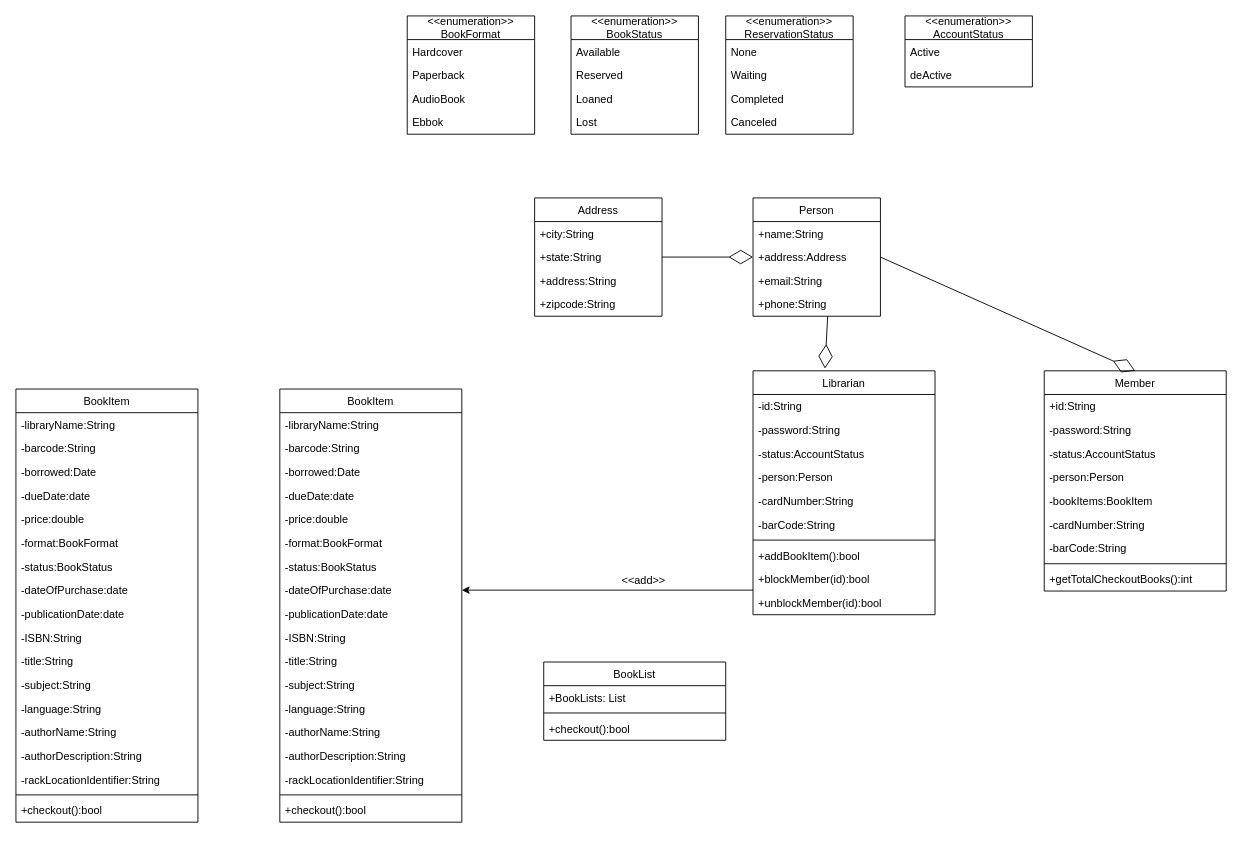
Above: page "Page-1" (1 of 3) of Library.drawio in gogogo191/becomeadeveloper (draw.io), before the change. Source tidied: cells renumbered, new cells numbered last; positions are measured from the earlier drawing's top-left corner, leaving out a move shared by most shapes. Both pictures are drawn from the tidied source at 91%, with x=0, y=0 at pixel (15, 15).
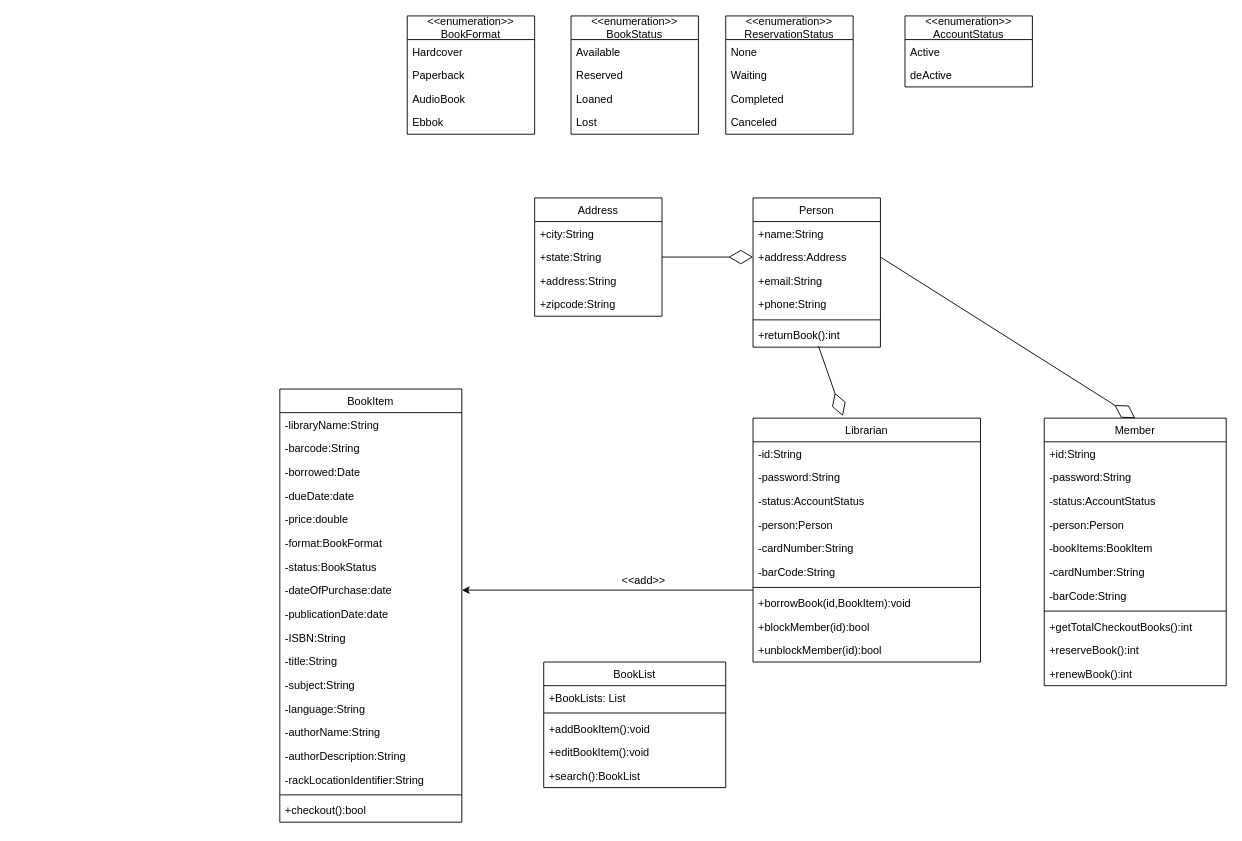
Above is the later version.

The change refers to these unchanged cells:
```xml
<mxCell id="29" value="+phone:String" style="text;strokeColor=none;fillColor=none;align=left;verticalAlign=top;spacingLeft=4;spacingRight=4;overflow=hidden;points=[[0,0.5],[1,0.5]];portConstraint=eastwest;" parent="25" vertex="1">
  <mxGeometry y="104" width="140" height="26" as="geometry" />
</mxCell>
```

Diff of the diagram source:
```diff
@@
     <mxCell id="25" value="Person" style="swimlane;fontStyle=0;horizontal=1;startSize=26;fillColor=none;" parent="1" vertex="1">
-      <mxGeometry x="810" y="200" width="140" height="130" as="geometry" />
+      <mxGeometry x="810" y="200" width="140" height="164" as="geometry" />
     </mxCell>
@@
+    <mxCell id="98" style="line;strokeWidth=1;fillColor=none;align=left;verticalAlign=middle;spacingTop=-1;spacingLeft=3;spacingRight=3;labelPosition=right;" parent="25" vertex="1">
+      <mxGeometry y="130" width="140" height="8" as="geometry" />
+    </mxCell>
+    <mxCell id="99" value="+returnBook():int" style="text;strokeColor=none;fillColor=none;align=left;verticalAlign=top;spacingLeft=4;spacingRight=4;overflow=hidden;points=[[0,0.5],[1,0.5]];portConstraint=eastwest;" parent="25" vertex="1">
+      <mxGeometry y="138" width="140" height="26" as="geometry" />
+    </mxCell>
@@
     <mxCell id="32" value="Librarian" style="swimlane;fontStyle=0;horizontal=1;startSize=26;fillColor=none;" parent="1" vertex="1">
-      <mxGeometry x="810" y="390" width="200" height="268" as="geometry" />
+      <mxGeometry x="810" y="442" width="250" height="268" as="geometry" />
     </mxCell>
     <mxCell id="33" value="-id:String" style="text;strokeColor=none;fillColor=none;align=left;verticalAlign=top;spacingLeft=4;spacingRight=4;overflow=hidden;" parent="32" vertex="1">
-      <mxGeometry y="26" width="200" height="26" as="geometry" />
+      <mxGeometry y="26" width="250" height="26" as="geometry" />
     </mxCell>
     <mxCell id="34" value="-password:String" style="text;strokeColor=none;fillColor=none;align=left;verticalAlign=top;spacingLeft=4;spacingRight=4;overflow=hidden;" parent="32" vertex="1">
-      <mxGeometry y="52" width="200" height="26" as="geometry" />
+      <mxGeometry y="52" width="250" height="26" as="geometry" />
     </mxCell>
     <mxCell id="35" value="-status:AccountStatus" style="text;strokeColor=none;fillColor=none;align=left;verticalAlign=top;spacingLeft=4;spacingRight=4;overflow=hidden;" parent="32" vertex="1">
-      <mxGeometry y="78" width="200" height="26" as="geometry" />
+      <mxGeometry y="78" width="250" height="26" as="geometry" />
     </mxCell>
     <mxCell id="36" value="-person:Person" style="text;strokeColor=none;fillColor=none;align=left;verticalAlign=top;spacingLeft=4;spacingRight=4;overflow=hidden;" parent="32" vertex="1">
-      <mxGeometry y="104" width="200" height="26" as="geometry" />
+      <mxGeometry y="104" width="250" height="26" as="geometry" />
     </mxCell>
     <mxCell id="37" value="-cardNumber:String" style="text;strokeColor=none;fillColor=none;align=left;verticalAlign=top;spacingLeft=4;spacingRight=4;overflow=hidden;" parent="32" vertex="1">
-      <mxGeometry y="130" width="200" height="26" as="geometry" />
+      <mxGeometry y="130" width="250" height="26" as="geometry" />
     </mxCell>
     <mxCell id="38" value="-barCode:String" style="text;strokeColor=none;fillColor=none;align=left;verticalAlign=top;spacingLeft=4;spacingRight=4;overflow=hidden;" parent="32" vertex="1">
-      <mxGeometry y="156" width="200" height="26" as="geometry" />
+      <mxGeometry y="156" width="250" height="26" as="geometry" />
     </mxCell>
     <mxCell id="39" style="line;strokeWidth=1;fillColor=none;align=left;verticalAlign=middle;spacingTop=-1;spacingLeft=3;spacingRight=3;labelPosition=right;" parent="32" vertex="1">
-      <mxGeometry y="182" width="200" height="8" as="geometry" />
+      <mxGeometry y="182" width="250" height="8" as="geometry" />
     </mxCell>
-    <mxCell id="40" value="+addBookItem():bool" style="text;strokeColor=none;fillColor=none;align=left;verticalAlign=top;spacingLeft=4;spacingRight=4;overflow=hidden;" parent="32" vertex="1">
-      <mxGeometry y="190" width="200" height="26" as="geometry" />
+    <mxCell id="40" value="+borrowBook(id,BookItem):void" style="text;strokeColor=none;fillColor=none;align=left;verticalAlign=top;spacingLeft=4;spacingRight=4;overflow=hidden;" parent="32" vertex="1">
+      <mxGeometry y="190" width="250" height="26" as="geometry" />
     </mxCell>
     <mxCell id="41" value="+blockMember(id):bool" style="text;strokeColor=none;fillColor=none;align=left;verticalAlign=top;spacingLeft=4;spacingRight=4;overflow=hidden;" parent="32" vertex="1">
-      <mxGeometry y="216" width="200" height="26" as="geometry" />
+      <mxGeometry y="216" width="250" height="26" as="geometry" />
     </mxCell>
     <mxCell id="42" value="+unblockMember(id):bool" style="text;strokeColor=none;fillColor=none;align=left;verticalAlign=top;spacingLeft=4;spacingRight=4;overflow=hidden;" parent="32" vertex="1">
-      <mxGeometry y="242" width="200" height="26" as="geometry" />
+      <mxGeometry y="242" width="250" height="26" as="geometry" />
     </mxCell>
     <mxCell id="43" value="Member" style="swimlane;fontStyle=0;horizontal=1;startSize=26;fillColor=none;" parent="1" vertex="1">
-      <mxGeometry x="1130" y="390" width="200" height="242" as="geometry" />
+      <mxGeometry x="1130" y="442" width="200" height="294" as="geometry" />
     </mxCell>
@@
+    <mxCell id="100" value="+reserveBook():int" style="text;strokeColor=none;fillColor=none;align=left;verticalAlign=top;spacingLeft=4;spacingRight=4;overflow=hidden;" parent="43" vertex="1">
+      <mxGeometry y="242" width="200" height="26" as="geometry" />
+    </mxCell>
+    <mxCell id="101" value="+renewBook():int" style="text;strokeColor=none;fillColor=none;align=left;verticalAlign=top;spacingLeft=4;spacingRight=4;overflow=hidden;" parent="43" vertex="1">
+      <mxGeometry y="268" width="200" height="26" as="geometry" />
+    </mxCell>
-    <mxCell id="53" style="endArrow=diamondThin;endFill=0;endSize=24;html=1;rounded=0;exitX=0.586;exitY=1;exitDx=0;exitDy=0;entryX=0.395;entryY=-0.009;entryDx=0;entryDy=0;entryPerimeter=0;exitPerimeter=0;" parent="1" edge="1" source="29" target="32">
+    <mxCell id="53" style="endArrow=diamondThin;endFill=0;endSize=24;html=1;rounded=0;exitX=0.514;exitY=0.962;exitDx=0;exitDy=0;entryX=0.395;entryY=-0.009;entryDx=0;entryDy=0;entryPerimeter=0;exitPerimeter=0;" parent="1" edge="1" source="99" target="32">
       <mxGeometry relative="1" as="geometry" />
     </mxCell>
@@
     <mxCell id="75" value="BookList" style="swimlane;fontStyle=0;horizontal=1;startSize=26;fillColor=none;" parent="1" vertex="1">
-      <mxGeometry x="580" y="710" width="200" height="86" as="geometry" />
+      <mxGeometry x="580" y="710" width="200" height="138" as="geometry" />
     </mxCell>
@@
-    <mxCell id="78" value="+checkout():bool" style="text;strokeColor=none;fillColor=none;align=left;verticalAlign=top;spacingLeft=4;spacingRight=4;overflow=hidden;" parent="75" vertex="1">
+    <mxCell id="78" value="+addBookItem():void" style="text;strokeColor=none;fillColor=none;align=left;verticalAlign=top;spacingLeft=4;spacingRight=4;overflow=hidden;" parent="75" vertex="1">
       <mxGeometry y="60" width="200" height="26" as="geometry" />
     </mxCell>
-    <mxCell id="79" value="BookItem" style="swimlane;fontStyle=0;horizontal=1;startSize=26;fillColor=none;" parent="1" vertex="1">
-      <mxGeometry y="410" width="200" height="476" as="geometry" />
-    </mxCell>
-    <mxCell id="80" value="-libraryName:String" style="text;strokeColor=none;fillColor=none;align=left;verticalAlign=top;spacingLeft=4;spacingRight=4;overflow=hidden;" parent="79" vertex="1">
-      <mxGeometry y="26" width="200" height="26" as="geometry" />
-    </mxCell>
-    <mxCell id="81" value="-barcode:String" style="text;strokeColor=none;fillColor=none;align=left;verticalAlign=top;spacingLeft=4;spacingRight=4;overflow=hidden;" parent="79" vertex="1">
-      <mxGeometry y="52" width="200" height="26" as="geometry" />
-    </mxCell>
-    <mxCell id="82" value="-borrowed:Date" style="text;strokeColor=none;fillColor=none;align=left;verticalAlign=top;spacingLeft=4;spacingRight=4;overflow=hidden;" parent="79" vertex="1">
-      <mxGeometry y="78" width="200" height="26" as="geometry" />
-    </mxCell>
-    <mxCell id="83" value="-dueDate:date" style="text;strokeColor=none;fillColor=none;align=left;verticalAlign=top;spacingLeft=4;spacingRight=4;overflow=hidden;" parent="79" vertex="1">
-      <mxGeometry y="104" width="200" height="26" as="geometry" />
-    </mxCell>
-    <mxCell id="84" value="-price:double" style="text;strokeColor=none;fillColor=none;align=left;verticalAlign=top;spacingLeft=4;spacingRight=4;overflow=hidden;" parent="79" vertex="1">
-      <mxGeometry y="130" width="200" height="26" as="geometry" />
-    </mxCell>
-    <mxCell id="85" value="-format:BookFormat" style="text;strokeColor=none;fillColor=none;align=left;verticalAlign=top;spacingLeft=4;spacingRight=4;overflow=hidden;" parent="79" vertex="1">
-      <mxGeometry y="156" width="200" height="26" as="geometry" />
-    </mxCell>
-    <mxCell id="86" value="-status:BookStatus" style="text;strokeColor=none;fillColor=none;align=left;verticalAlign=top;spacingLeft=4;spacingRight=4;overflow=hidden;" parent="79" vertex="1">
-      <mxGeometry y="182" width="200" height="26" as="geometry" />
-    </mxCell>
-    <mxCell id="87" value="-dateOfPurchase:date" style="text;strokeColor=none;fillColor=none;align=left;verticalAlign=top;spacingLeft=4;spacingRight=4;overflow=hidden;" parent="79" vertex="1">
-      <mxGeometry y="208" width="200" height="26" as="geometry" />
-    </mxCell>
-    <mxCell id="88" value="-publicationDate:date" style="text;strokeColor=none;fillColor=none;align=left;verticalAlign=top;spacingLeft=4;spacingRight=4;overflow=hidden;" parent="79" vertex="1">
-      <mxGeometry y="234" width="200" height="26" as="geometry" />
-    </mxCell>
-    <mxCell id="89" value="-ISBN:String" style="text;strokeColor=none;fillColor=none;align=left;verticalAlign=top;spacingLeft=4;spacingRight=4;overflow=hidden;" parent="79" vertex="1">
-      <mxGeometry y="260" width="200" height="26" as="geometry" />
-    </mxCell>
-    <mxCell id="90" value="-title:String" style="text;strokeColor=none;fillColor=none;align=left;verticalAlign=top;spacingLeft=4;spacingRight=4;overflow=hidden;" parent="79" vertex="1">
-      <mxGeometry y="286" width="200" height="26" as="geometry" />
-    </mxCell>
-    <mxCell id="91" value="-subject:String" style="text;strokeColor=none;fillColor=none;align=left;verticalAlign=top;spacingLeft=4;spacingRight=4;overflow=hidden;" parent="79" vertex="1">
-      <mxGeometry y="312" width="200" height="26" as="geometry" />
-    </mxCell>
-    <mxCell id="92" value="-language:String" style="text;strokeColor=none;fillColor=none;align=left;verticalAlign=top;spacingLeft=4;spacingRight=4;overflow=hidden;" parent="79" vertex="1">
-      <mxGeometry y="338" width="200" height="26" as="geometry" />
-    </mxCell>
-    <mxCell id="93" value="-authorName:String" style="text;strokeColor=none;fillColor=none;align=left;verticalAlign=top;spacingLeft=4;spacingRight=4;overflow=hidden;" parent="79" vertex="1">
-      <mxGeometry y="364" width="200" height="26" as="geometry" />
-    </mxCell>
-    <mxCell id="94" value="-authorDescription:String" style="text;strokeColor=none;fillColor=none;align=left;verticalAlign=top;spacingLeft=4;spacingRight=4;overflow=hidden;" parent="79" vertex="1">
-      <mxGeometry y="390" width="200" height="26" as="geometry" />
-    </mxCell>
-    <mxCell id="95" value="-rackLocationIdentifier:String" style="text;strokeColor=none;fillColor=none;align=left;verticalAlign=top;spacingLeft=4;spacingRight=4;overflow=hidden;" parent="79" vertex="1">
-      <mxGeometry y="416" width="200" height="26" as="geometry" />
-    </mxCell>
-    <mxCell id="96" style="line;strokeWidth=1;fillColor=none;align=left;verticalAlign=middle;spacingTop=-1;spacingLeft=3;spacingRight=3;labelPosition=right;" parent="79" vertex="1">
-      <mxGeometry y="442" width="200" height="8" as="geometry" />
-    </mxCell>
-    <mxCell id="97" value="+checkout():bool" style="text;strokeColor=none;fillColor=none;align=left;verticalAlign=top;spacingLeft=4;spacingRight=4;overflow=hidden;" parent="79" vertex="1">
-      <mxGeometry y="450" width="200" height="26" as="geometry" />
-    </mxCell>
+    <mxCell id="102" value="+editBookItem():void" style="text;strokeColor=none;fillColor=none;align=left;verticalAlign=top;spacingLeft=4;spacingRight=4;overflow=hidden;" parent="75" vertex="1">
+      <mxGeometry y="86" width="200" height="26" as="geometry" />
+    </mxCell>
+    <mxCell id="103" value="+search():BookList" style="text;strokeColor=none;fillColor=none;align=left;verticalAlign=top;spacingLeft=4;spacingRight=4;overflow=hidden;" parent="75" vertex="1">
+      <mxGeometry y="112" width="200" height="26" as="geometry" />
+    </mxCell>
```
